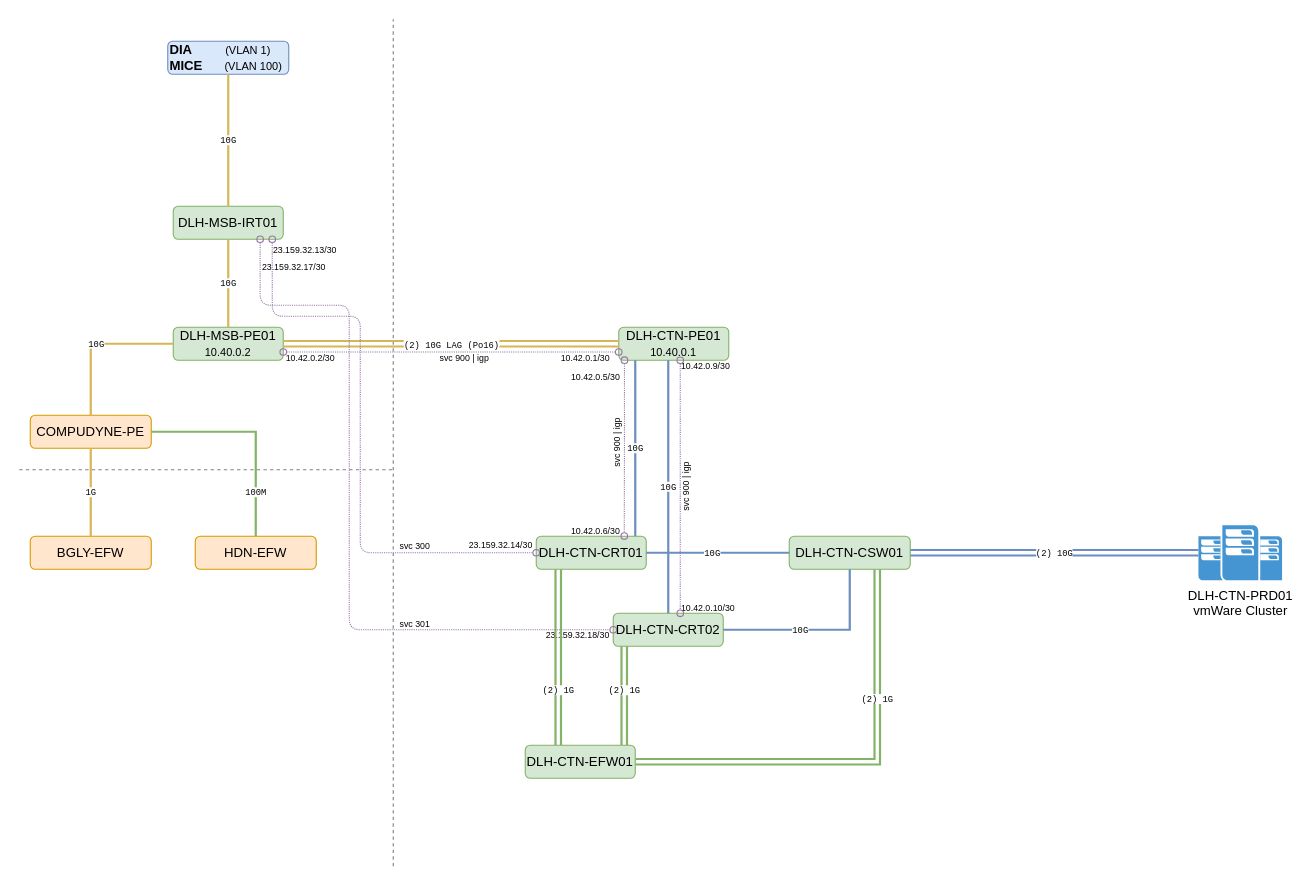
Above: Network Diagram.drawio in abhid/drawio-diagrams (draw.io), before the change. Source tidied: cells renumbered, new cells numbered last; positions are measured from the earlier drawing's top-left corner, leaving out a move shared by most shapes. Both pictures are drawn from the tidied source at 110%, with x=0, y=0 at pixel (19, 19).
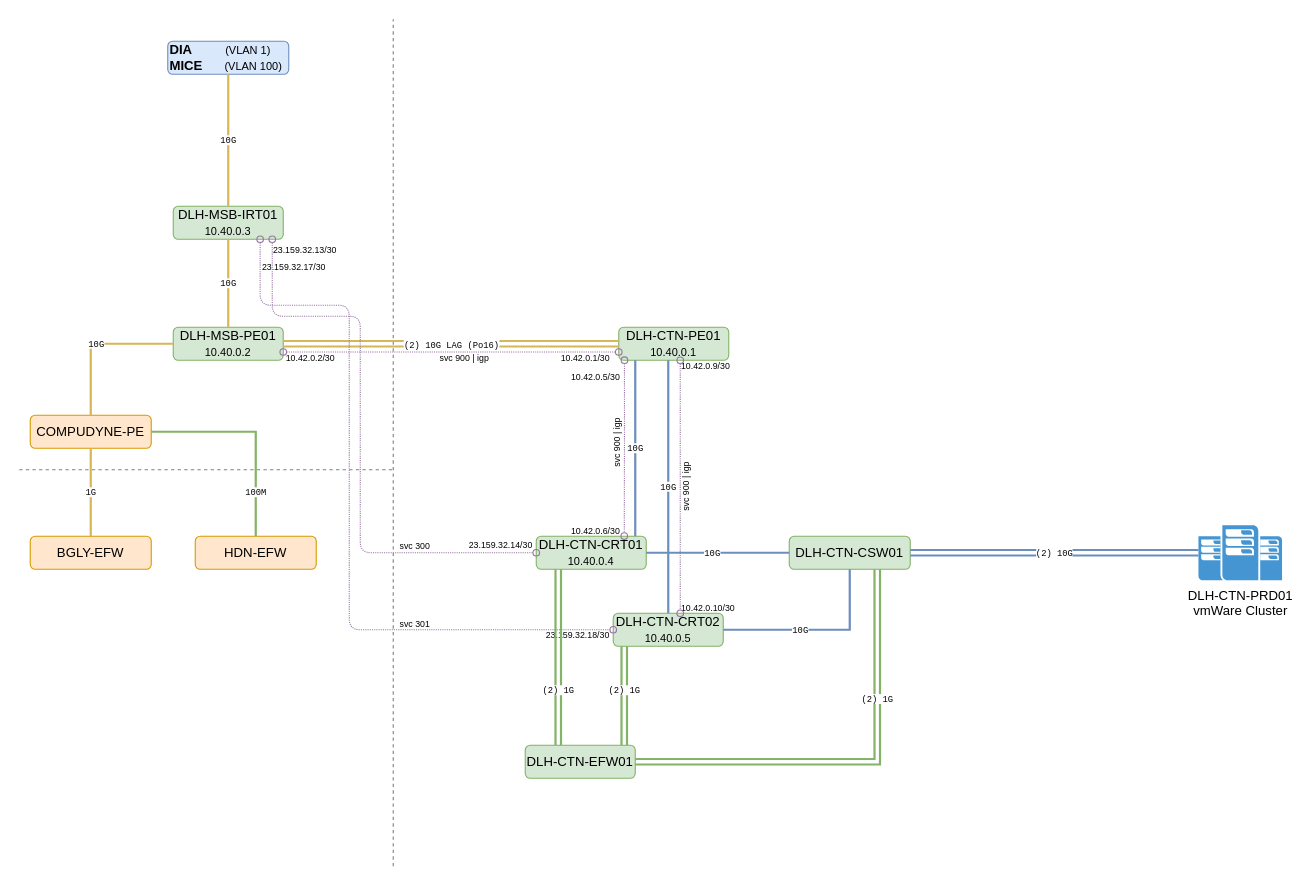
The same diagram, later.

Change to the diagram source:
```diff
@@
-    <mxCell id="2" value="DLH-MSB-IRT01" style="rounded=1;whiteSpace=wrap;html=1;fillColor=#d5e8d4;strokeColor=#82b366;" parent="1" vertex="1">
+    <mxCell id="2" value="DLH-MSB-IRT01&lt;br&gt;&lt;font style=&quot;font-size: 10px&quot;&gt;10.40.0.3&lt;/font&gt;" style="rounded=1;whiteSpace=wrap;html=1;fillColor=#d5e8d4;strokeColor=#82b366;" parent="1" vertex="1">
       <mxGeometry x="140" y="170" width="100" height="30" as="geometry" />
     </mxCell>
@@
-    <mxCell id="6" value="DLH-CTN-CRT02" style="rounded=1;whiteSpace=wrap;html=1;fillColor=#d5e8d4;strokeColor=#82b366;" parent="1" vertex="1">
+    <mxCell id="6" value="DLH-CTN-CRT02&lt;br&gt;&lt;font style=&quot;font-size: 10px&quot;&gt;10.40.0.5&lt;/font&gt;" style="rounded=1;whiteSpace=wrap;html=1;fillColor=#d5e8d4;strokeColor=#82b366;" parent="1" vertex="1">
       <mxGeometry x="540" y="540" width="100" height="30" as="geometry" />
     </mxCell>
-    <mxCell id="7" value="DLH-CTN-CRT01" style="rounded=1;whiteSpace=wrap;html=1;fillColor=#d5e8d4;strokeColor=#82b366;" parent="1" vertex="1">
+    <mxCell id="7" value="DLH-CTN-CRT01&lt;br&gt;&lt;font style=&quot;font-size: 10px&quot;&gt;10.40.0.4&lt;/font&gt;" style="rounded=1;whiteSpace=wrap;html=1;fillColor=#d5e8d4;strokeColor=#82b366;" parent="1" vertex="1">
       <mxGeometry x="470" y="470" width="100" height="30" as="geometry" />
     </mxCell>
```
